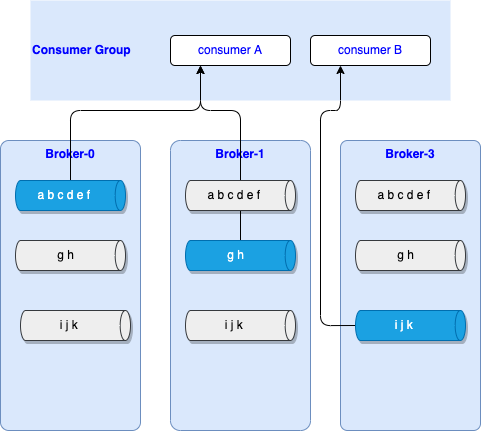
The draw.io diagram docs/techno/kafka/diagrams/consumer-group.drawio.png in jbcodeforce/eda-studies, before a commit. Source tidied: cells renumbered, new cells last; positions are measured from the earlier drawing's top-left corner, leaving out a move shared by most shapes.
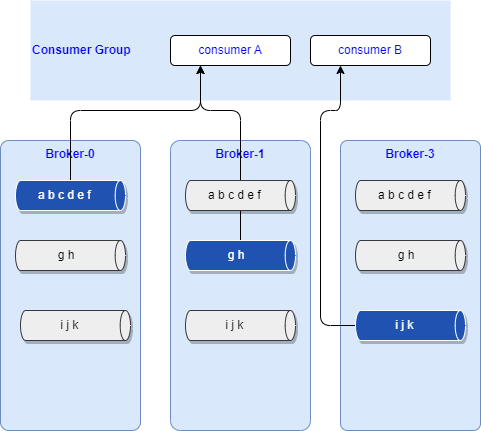
After the commit.

Diff of the diagram source:
```diff
@@ -28,7 +28,7 @@
         </Array>
       </mxGeometry>
     </mxCell>
-    <mxCell id="9" value="a b c d e f&amp;nbsp;" style="shape=cylinder3;whiteSpace=wrap;html=1;boundedLbl=1;backgroundOutline=1;size=5.165374755859375;shadow=1;rotation=90;horizontal=0;fillColor=#1ba1e2;strokeColor=#006EAF;fontColor=#ffffff;" parent="1" vertex="1">
+    <mxCell id="9" value="a b c d e f&amp;nbsp;" style="shape=cylinder3;whiteSpace=wrap;html=1;boundedLbl=1;backgroundOutline=1;size=5.165374755859375;shadow=1;rotation=90;horizontal=0;fillColor=#2052b1;strokeColor=#FFFFFF;fontColor=#ffffff;" parent="1" vertex="1">
       <mxGeometry x="55" y="140" width="30" height="110" as="geometry" />
     </mxCell>
     <mxCell id="10" style="edgeStyle=orthogonalEdgeStyle;html=1;entryX=0.25;entryY=1;entryDx=0;entryDy=0;fontColor=#0000FF;exitX=0.5;exitY=1;exitDx=0;exitDy=0;exitPerimeter=0;" parent="1" edge="1" source="17" target="4">
@@ -48,7 +48,7 @@
         </Array>
       </mxGeometry>
     </mxCell>
-    <mxCell id="12" value="g h" style="shape=cylinder3;whiteSpace=wrap;html=1;boundedLbl=1;backgroundOutline=1;size=5.165374755859375;shadow=1;rotation=90;horizontal=0;fillColor=#1ba1e2;strokeColor=#006EAF;fontColor=#ffffff;" parent="1" vertex="1">
+    <mxCell id="12" value="g h" style="shape=cylinder3;whiteSpace=wrap;html=1;boundedLbl=1;backgroundOutline=1;size=5.165374755859375;shadow=1;rotation=90;horizontal=0;fillColor=#2052B1;strokeColor=#FFFFFF;fontColor=#ffffff;" parent="1" vertex="1">
       <mxGeometry x="225" y="200" width="30" height="110" as="geometry" />
     </mxCell>
     <mxCell id="13" value="a b c d e f&amp;nbsp;" style="shape=cylinder3;whiteSpace=wrap;html=1;boundedLbl=1;backgroundOutline=1;size=5.165374755859375;shadow=1;rotation=90;horizontal=0;fillColor=#eeeeee;strokeColor=#36393d;" parent="1" vertex="1">
@@ -63,7 +63,7 @@
     <mxCell id="16" value="g h" style="shape=cylinder3;whiteSpace=wrap;html=1;boundedLbl=1;backgroundOutline=1;size=5.165374755859375;shadow=1;rotation=90;horizontal=0;fillColor=#eeeeee;strokeColor=#36393d;" parent="1" vertex="1">
       <mxGeometry x="395" y="200" width="30" height="110" as="geometry" />
     </mxCell>
-    <mxCell id="17" value="i j k&amp;nbsp;" style="shape=cylinder3;whiteSpace=wrap;html=1;boundedLbl=1;backgroundOutline=1;size=5.165374755859375;shadow=1;rotation=90;horizontal=0;fillColor=#1ba1e2;strokeColor=#006EAF;fontColor=#ffffff;" parent="1" vertex="1">
+    <mxCell id="17" value="i j k&amp;nbsp;" style="shape=cylinder3;whiteSpace=wrap;html=1;boundedLbl=1;backgroundOutline=1;size=5.165374755859375;shadow=1;rotation=90;horizontal=0;fillColor=#2052B1;strokeColor=#FFFFFF;fontColor=#ffffff;" parent="1" vertex="1">
       <mxGeometry x="395" y="270" width="30" height="110" as="geometry" />
     </mxCell>
     <mxCell id="18" value="i j k&amp;nbsp;" style="shape=cylinder3;whiteSpace=wrap;html=1;boundedLbl=1;backgroundOutline=1;size=5.165374755859375;shadow=1;rotation=90;horizontal=0;fillColor=#eeeeee;strokeColor=#36393d;" parent="1" vertex="1">
```
